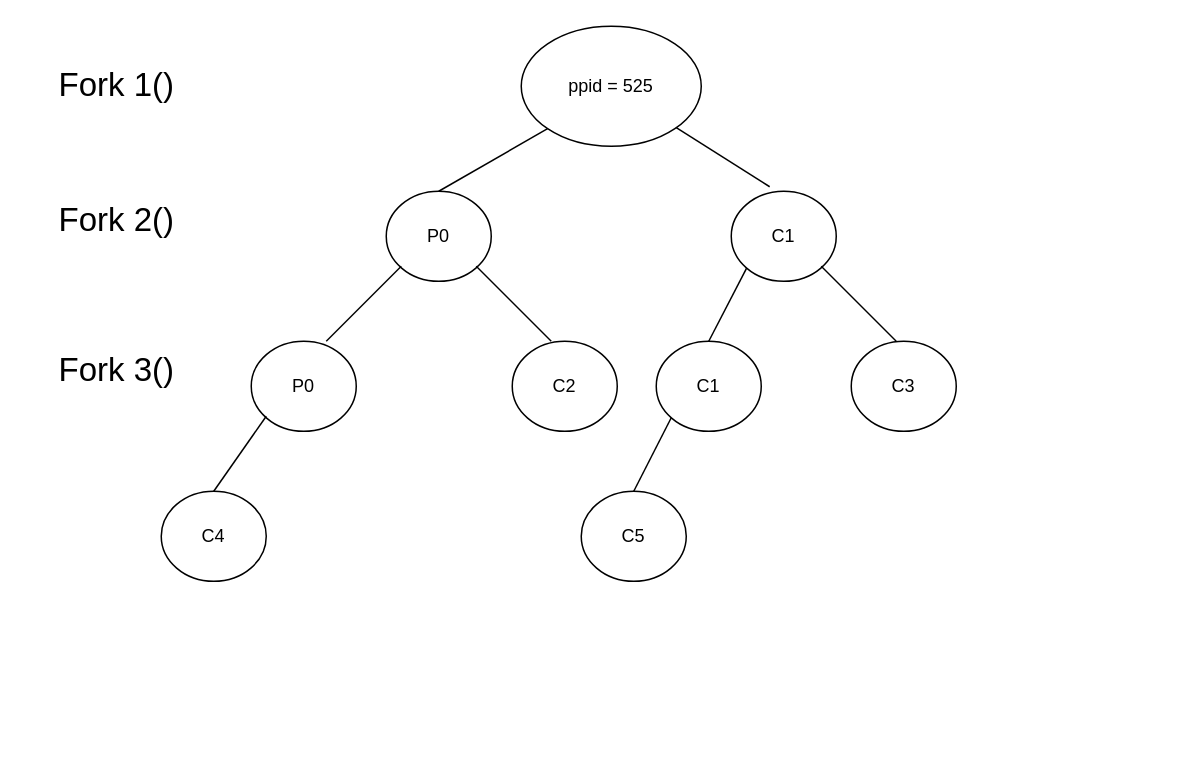
AhmedElamari/Software-design-saved keeps this draw.io diagram as process tree.drawio. Above is the earlier version. Source tidied: cells renumbered, new cells numbered last; positions are measured from the earlier drawing's top-left corner, leaving out a move shared by most shapes. Both pictures are drawn from the tidied source at 150%, with x=0, y=0 at pixel (40, 26).
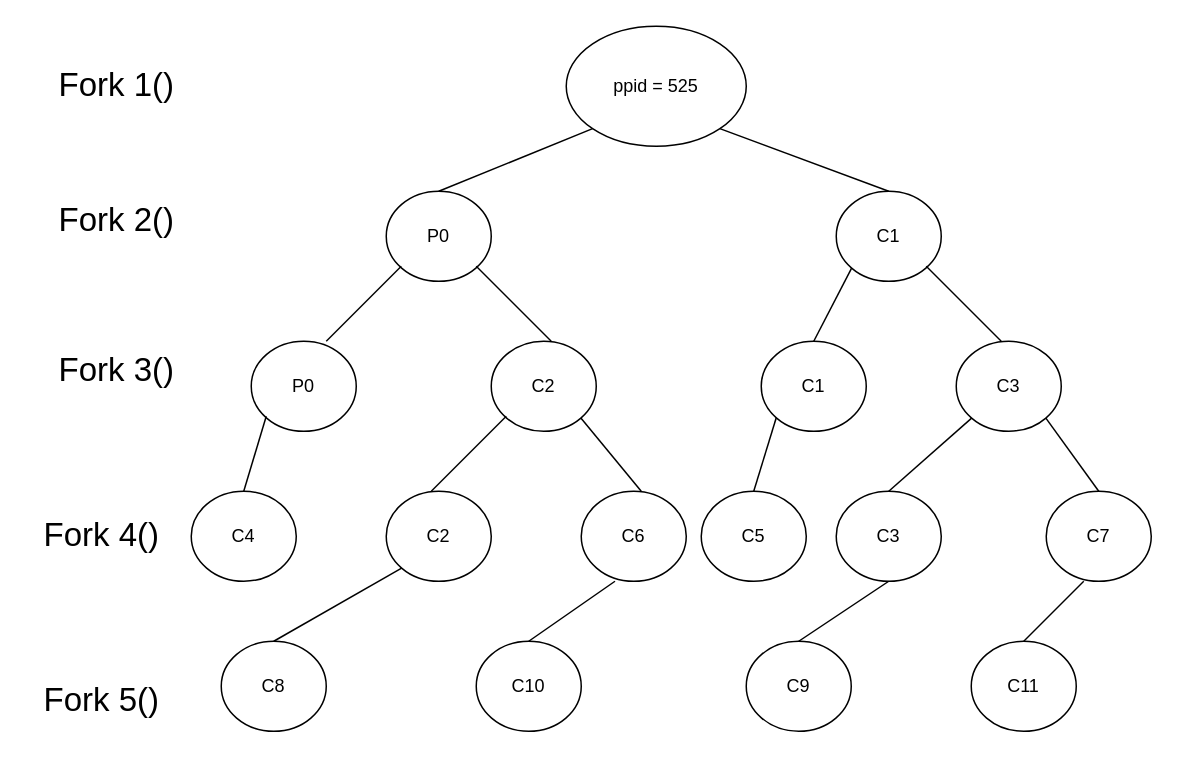
The same page after the edit.

Diff of the diagram source:
```diff
@@
     <mxCell id="2" value="ppid = 525" style="ellipse;whiteSpace=wrap;html=1;" parent="1" vertex="1">
-      <mxGeometry x="320" width="120" height="80" as="geometry" />
+      <mxGeometry x="350" width="120" height="80" as="geometry" />
     </mxCell>
@@
     <mxCell id="4" value="C1" style="ellipse;whiteSpace=wrap;html=1;" parent="1" vertex="1">
-      <mxGeometry x="460" y="110" width="70" height="60" as="geometry" />
+      <mxGeometry x="530" y="110" width="70" height="60" as="geometry" />
     </mxCell>
-    <mxCell id="5" style="endArrow=none;html=1;rounded=0;exitX=0.366;exitY=-0.05;exitDx=0;exitDy=0;exitPerimeter=0;" parent="1" edge="1" source="4" target="2">
+    <mxCell id="5" style="endArrow=none;html=1;rounded=0;exitX=0.5;exitY=0;exitDx=0;exitDy=0;entryX=1;entryY=1;entryDx=0;entryDy=0;" parent="1" edge="1" source="4" target="2">
       <mxGeometry relative="1" as="geometry" />
     </mxCell>
@@
     <mxCell id="11" value="C2" style="ellipse;whiteSpace=wrap;html=1;" parent="1" vertex="1">
-      <mxGeometry x="314" y="210" width="70" height="60" as="geometry" />
+      <mxGeometry x="300" y="210" width="70" height="60" as="geometry" />
     </mxCell>
@@
     <mxCell id="13" value="C1" style="ellipse;whiteSpace=wrap;html=1;" parent="1" vertex="1">
-      <mxGeometry x="410" y="210" width="70" height="60" as="geometry" />
+      <mxGeometry x="480" y="210" width="70" height="60" as="geometry" />
     </mxCell>
@@
     <mxCell id="15" value="C3" style="ellipse;whiteSpace=wrap;html=1;" parent="1" vertex="1">
-      <mxGeometry x="540" y="210" width="70" height="60" as="geometry" />
+      <mxGeometry x="610" y="210" width="70" height="60" as="geometry" />
     </mxCell>
     <mxCell id="16" style="endArrow=none;html=1;rounded=0;" parent="1" edge="1">
       <mxGeometry relative="1" as="geometry">
-        <mxPoint x="570" y="210" as="sourcePoint" />
-        <mxPoint x="520" y="160" as="targetPoint" />
+        <mxPoint x="640" y="210" as="sourcePoint" />
+        <mxPoint x="590" y="160" as="targetPoint" />
       </mxGeometry>
     </mxCell>
@@
     <mxCell id="18" value="C4" style="ellipse;whiteSpace=wrap;html=1;" parent="1" vertex="1">
-      <mxGeometry x="80" y="310" width="70" height="60" as="geometry" />
+      <mxGeometry x="100" y="310" width="70" height="60" as="geometry" />
     </mxCell>
@@
     <mxCell id="20" value="C5" style="ellipse;whiteSpace=wrap;html=1;" parent="1" vertex="1">
-      <mxGeometry x="360" y="310" width="70" height="60" as="geometry" />
+      <mxGeometry x="440" y="310" width="70" height="60" as="geometry" />
     </mxCell>
     <mxCell id="21" style="endArrow=none;html=1;rounded=0;entryX=0;entryY=1;entryDx=0;entryDy=0;exitX=0.5;exitY=0;exitDx=0;exitDy=0;" parent="1" edge="1" source="20">
       <mxGeometry relative="1" as="geometry">
-        <mxPoint x="420" y="261" as="targetPoint" />
+        <mxPoint x="490" y="261" as="targetPoint" />
       </mxGeometry>
     </mxCell>
+    <mxCell id="22" style="endArrow=none;html=1;rounded=0;" parent="1" edge="1">
+      <mxGeometry relative="1" as="geometry">
+        <mxPoint x="260" y="310" as="sourcePoint" />
+        <mxPoint x="310" y="260" as="targetPoint" />
+      </mxGeometry>
+    </mxCell>
+    <mxCell id="23" value="C2" style="ellipse;whiteSpace=wrap;html=1;" parent="1" vertex="1">
+      <mxGeometry x="230" y="310" width="70" height="60" as="geometry" />
+    </mxCell>
+    <mxCell id="24" style="endArrow=none;html=1;rounded=0;entryX=1;entryY=1;entryDx=0;entryDy=0;" parent="1" edge="1" target="11">
+      <mxGeometry relative="1" as="geometry">
+        <mxPoint x="400" y="310" as="sourcePoint" />
+      </mxGeometry>
+    </mxCell>
+    <mxCell id="25" value="C6" style="ellipse;whiteSpace=wrap;html=1;" parent="1" vertex="1">
+      <mxGeometry x="360" y="310" width="70" height="60" as="geometry" />
+    </mxCell>
+    <mxCell id="26" style="endArrow=none;html=1;rounded=0;entryX=0;entryY=1;entryDx=0;entryDy=0;exitX=0.5;exitY=0;exitDx=0;exitDy=0;" parent="1" edge="1" source="27" target="15">
+      <mxGeometry relative="1" as="geometry" />
+    </mxCell>
+    <mxCell id="27" value="C3" style="ellipse;whiteSpace=wrap;html=1;" parent="1" vertex="1">
+      <mxGeometry x="530" y="310" width="70" height="60" as="geometry" />
+    </mxCell>
+    <mxCell id="28" style="endArrow=none;html=1;rounded=0;entryX=1;entryY=1;entryDx=0;entryDy=0;exitX=0.5;exitY=0;exitDx=0;exitDy=0;" parent="1" edge="1" source="29" target="15">
+      <mxGeometry relative="1" as="geometry" />
+    </mxCell>
+    <mxCell id="29" value="C7" style="ellipse;whiteSpace=wrap;html=1;" parent="1" vertex="1">
+      <mxGeometry x="670" y="310" width="70" height="60" as="geometry" />
+    </mxCell>
+    <mxCell id="30" value="&lt;font style=&quot;font-size: 22px;&quot;&gt;Fork 4()&lt;/font&gt;" style="text;html=1;align=center;verticalAlign=middle;strokeColor=none;fillColor=none;" parent="1" vertex="1">
+      <mxGeometry x="-10" y="320" width="100" height="40" as="geometry" />
+    </mxCell>
+    <mxCell id="31" style="endArrow=none;html=1;rounded=0;entryX=0;entryY=1;entryDx=0;entryDy=0;exitX=0.5;exitY=0;exitDx=0;exitDy=0;" parent="1" edge="1" source="32" target="23">
+      <mxGeometry relative="1" as="geometry" />
+    </mxCell>
+    <mxCell id="32" value="C8" style="ellipse;whiteSpace=wrap;html=1;" parent="1" vertex="1">
+      <mxGeometry x="120" y="410" width="70" height="60" as="geometry" />
+    </mxCell>
+    <mxCell id="33" value="&lt;font style=&quot;font-size: 22px;&quot;&gt;Fork 5()&lt;/font&gt;" style="text;html=1;align=center;verticalAlign=middle;strokeColor=none;fillColor=none;" parent="1" vertex="1">
+      <mxGeometry x="-10" y="430" width="100" height="40" as="geometry" />
+    </mxCell>
+    <mxCell id="34" style="endArrow=none;html=1;rounded=0;entryX=0.5;entryY=1;entryDx=0;entryDy=0;exitX=0.5;exitY=0;exitDx=0;exitDy=0;" parent="1" edge="1" source="35" target="27">
+      <mxGeometry relative="1" as="geometry" />
+    </mxCell>
+    <mxCell id="35" value="C9" style="ellipse;whiteSpace=wrap;html=1;" parent="1" vertex="1">
+      <mxGeometry x="470" y="410" width="70" height="60" as="geometry" />
+    </mxCell>
+    <mxCell id="36" style="endArrow=none;html=1;rounded=0;entryX=0.5;entryY=1;entryDx=0;entryDy=0;exitX=0.5;exitY=0;exitDx=0;exitDy=0;" parent="1" edge="1" source="37">
+      <mxGeometry relative="1" as="geometry">
+        <mxPoint x="695" y="370" as="targetPoint" />
+      </mxGeometry>
+    </mxCell>
+    <mxCell id="37" value="C11" style="ellipse;whiteSpace=wrap;html=1;" parent="1" vertex="1">
+      <mxGeometry x="620" y="410" width="70" height="60" as="geometry" />
+    </mxCell>
+    <mxCell id="38" style="endArrow=none;html=1;rounded=0;entryX=0.5;entryY=1;entryDx=0;entryDy=0;exitX=0.5;exitY=0;exitDx=0;exitDy=0;" parent="1" edge="1" source="39">
+      <mxGeometry relative="1" as="geometry">
+        <mxPoint x="382.5" y="370" as="targetPoint" />
+      </mxGeometry>
+    </mxCell>
+    <mxCell id="39" value="C10" style="ellipse;whiteSpace=wrap;html=1;" parent="1" vertex="1">
+      <mxGeometry x="290" y="410" width="70" height="60" as="geometry" />
+    </mxCell>
```
